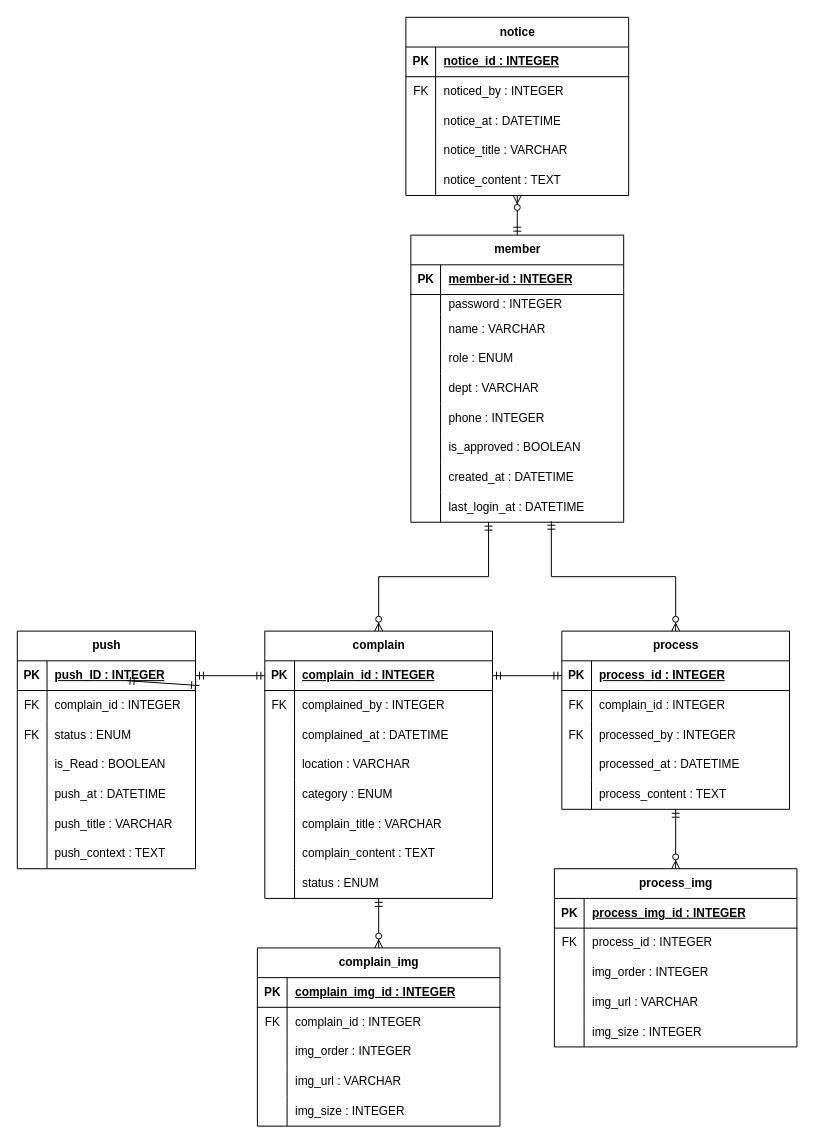
Above: page "페이지-1" (1 of 2) of 제목 없는 다이어그램.drawio in 23012/cau-fix-web (draw.io), before the change. Source tidied: cells renumbered, new cells numbered last; positions are measured from the earlier drawing's top-left corner, leaving out a move shared by most shapes. Both pictures are drawn from the tidied source at 99%, with x=0, y=0 at pixel (17, 17).
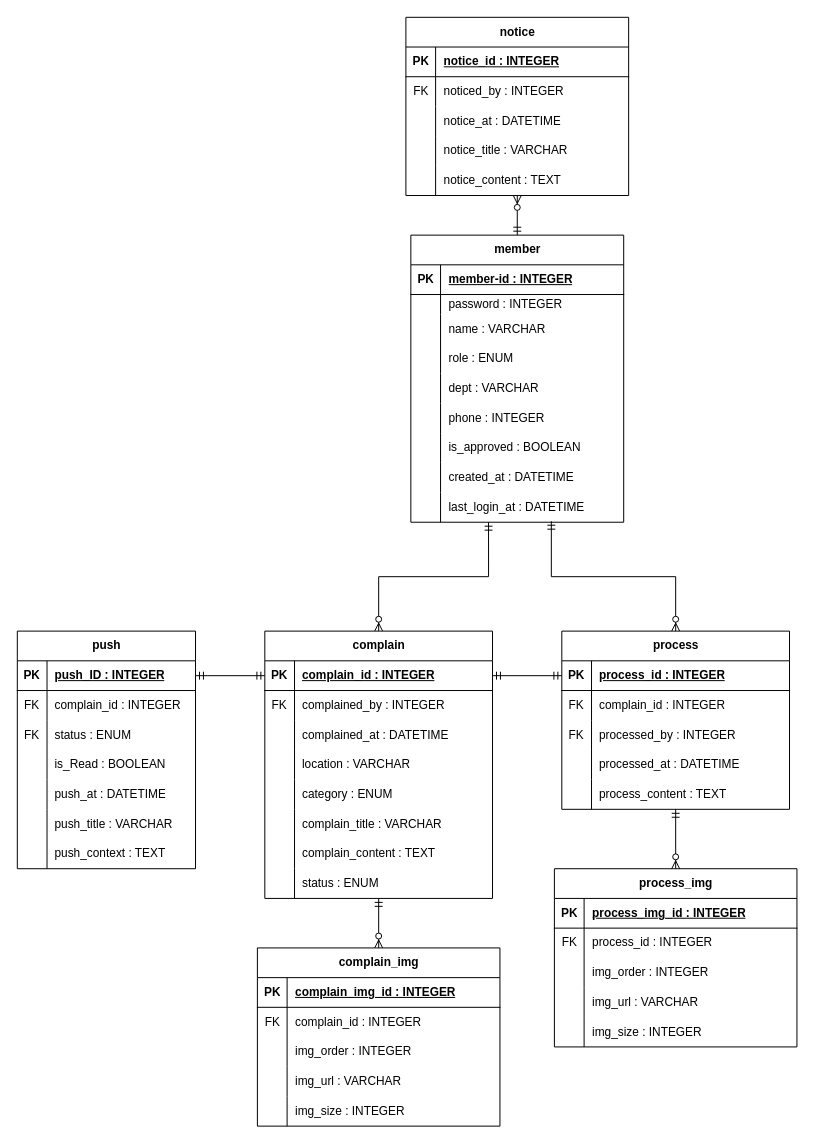
After the change.

Commit message:
제목 없는 다이어그램.drawio 업데이트

The change refers to these unchanged cells:
```xml
<mxCell id="19" style="shape=tableRow;horizontal=0;startSize=0;swimlaneHead=0;swimlaneBody=0;fillColor=none;points=[[0,0.5],[1,0.5]];portConstraint=eastwest;top=0;left=0;right=0;bottom=1;" parent="18" vertex="1">
  <mxGeometry y="30" width="180" height="30" as="geometry" />
</mxCell>
```

What changed in the source:
```diff
@@
-    <mxCell id="147" style="fontSize=12;html=1;endArrow=ERmandOne;startArrow=ERmandOne;rounded=0;entryX=1.022;entryY=0.833;entryDx=0;entryDy=0;entryPerimeter=0;" parent="1" edge="1" target="19">
-      <mxGeometry relative="1" as="geometry">
-        <mxPoint x="110" y="670" as="sourcePoint" />
-      </mxGeometry>
-    </mxCell>
```
